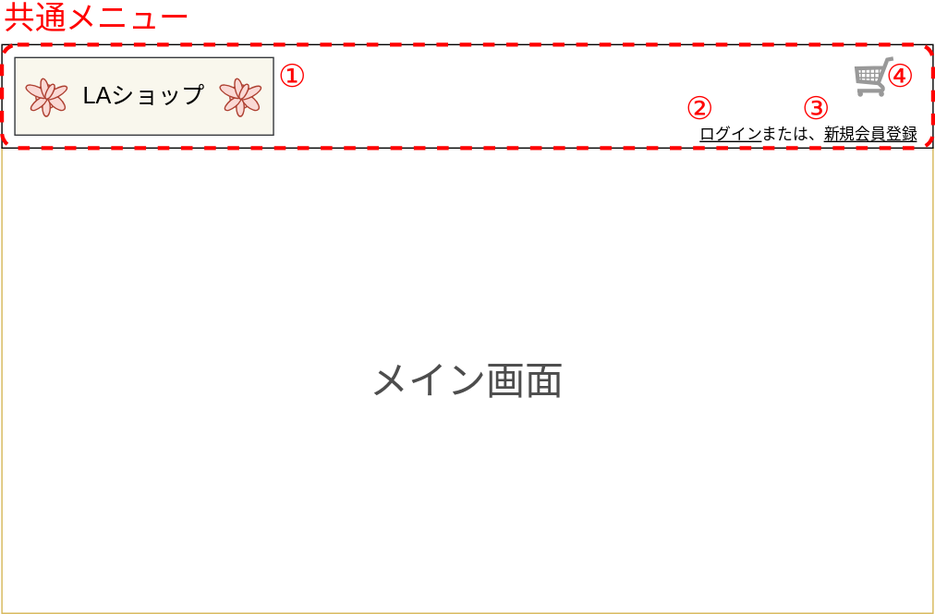
This is documents/20_外部設計/image/M000_共通メニュー.svg from la-java-silicon-2021/shopping-doc, a draw.io export, as it was before one commit. Source tidied: cells renumbered, new cells last; positions are measured from the earlier drawing's top-left corner, leaving out a move shared by most shapes.
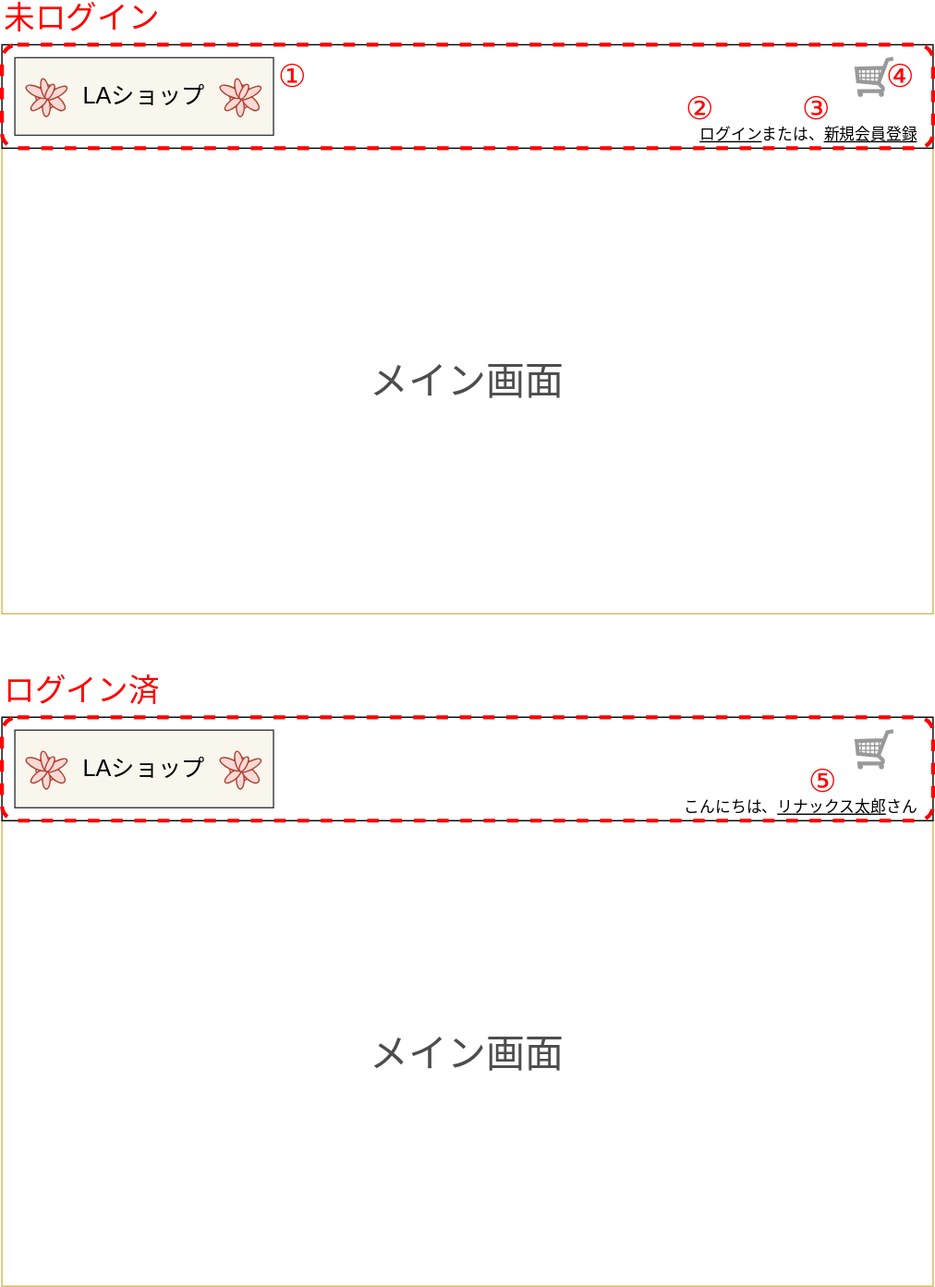
After the change.

Commit message:
M000_共通メニュー.svg を更新します

What changed in the source:
```diff
@@ -38,8 +38,38 @@
     <mxCell id="13" value="&lt;font style=&quot;font-size: 24px&quot; color=&quot;#ff0000&quot;&gt;①&lt;/font&gt;" style="text;html=1;strokeColor=none;fillColor=none;align=center;verticalAlign=middle;whiteSpace=wrap;rounded=0;sketch=0;" parent="1" vertex="1">
       <mxGeometry x="210" y="45" width="30" height="20" as="geometry" />
     </mxCell>
-    <mxCell id="14" value="&lt;font style=&quot;font-size: 24px&quot; color=&quot;#ff0000&quot;&gt;共通メニュー&lt;/font&gt;" style="text;html=1;strokeColor=none;fillColor=none;align=left;verticalAlign=middle;whiteSpace=wrap;rounded=0;sketch=0;" parent="1" vertex="1">
+    <mxCell id="14" value="&lt;font style=&quot;font-size: 24px&quot; color=&quot;#ff0000&quot;&gt;未ログイン&lt;/font&gt;" style="text;html=1;strokeColor=none;fillColor=none;align=left;verticalAlign=middle;whiteSpace=wrap;rounded=0;sketch=0;" parent="1" vertex="1">
       <mxGeometry width="210" height="20" as="geometry" />
     </mxCell>
+    <mxCell id="15" value="&lt;font style=&quot;font-size: 30px&quot; color=&quot;#4d4d4d&quot;&gt;メイン画面&lt;/font&gt;" style="rounded=0;whiteSpace=wrap;html=1;strokeColor=#d6b656;fillColor=#FFFFFF;" parent="1" vertex="1">
+      <mxGeometry y="630" width="720" height="360" as="geometry" />
+    </mxCell>
+    <mxCell id="16" style="rounded=0;whiteSpace=wrap;html=1;align=left;" parent="1" vertex="1">
+      <mxGeometry y="550" width="720" height="80" as="geometry" />
+    </mxCell>
+    <mxCell id="17" value="こんにちは、&lt;u&gt;リナックス太郎&lt;/u&gt;さん" style="text;html=1;strokeColor=none;fillColor=none;align=right;verticalAlign=middle;whiteSpace=wrap;rounded=0;" parent="1" vertex="1">
+      <mxGeometry x="510" y="610" width="200" height="20" as="geometry" />
+    </mxCell>
+    <mxCell id="18" style="verticalLabelPosition=bottom;shadow=0;dashed=0;align=center;html=1;verticalAlign=top;strokeWidth=1;shape=mxgraph.mockup.misc.shoppingCart;strokeColor=#999999;rounded=1;sketch=0;" parent="1" vertex="1">
+      <mxGeometry x="660" y="560" width="30" height="30" as="geometry" />
+    </mxCell>
+    <mxCell id="19" value="&lt;font style=&quot;font-size: 18px&quot;&gt;LAショップ&lt;/font&gt;" style="rounded=0;whiteSpace=wrap;html=1;sketch=0;strokeWidth=1;fillColor=#f9f7ed;strokeColor=#36393d;" parent="1" vertex="1">
+      <mxGeometry x="10" y="560" width="200" height="60" as="geometry" />
+    </mxCell>
+    <mxCell id="20" style="verticalLabelPosition=bottom;html=1;verticalAlign=top;align=center;shape=mxgraph.floorplan.plant;rounded=1;sketch=0;strokeColor=#ae4132;strokeWidth=1;fillColor=#fad9d5;" parent="1" vertex="1">
+      <mxGeometry x="20" y="574.5" width="27" height="31" as="geometry" />
+    </mxCell>
+    <mxCell id="21" style="verticalLabelPosition=bottom;html=1;verticalAlign=top;align=center;shape=mxgraph.floorplan.plant;rounded=1;sketch=0;strokeColor=#ae4132;strokeWidth=1;fillColor=#fad9d5;" parent="1" vertex="1">
+      <mxGeometry x="170" y="574.5" width="27" height="31" as="geometry" />
+    </mxCell>
+    <mxCell id="22" style="rounded=1;whiteSpace=wrap;html=1;fillColor=none;strokeColor=#FF0000;strokeWidth=3;sketch=0;dashed=1;" parent="1" vertex="1">
+      <mxGeometry y="550" width="720" height="80" as="geometry" />
+    </mxCell>
+    <mxCell id="23" value="&lt;font style=&quot;font-size: 24px&quot; color=&quot;#ff0000&quot;&gt;ログイン済&lt;/font&gt;" style="text;html=1;strokeColor=none;fillColor=none;align=left;verticalAlign=middle;whiteSpace=wrap;rounded=0;sketch=0;" parent="1" vertex="1">
+      <mxGeometry y="520" width="210" height="20" as="geometry" />
+    </mxCell>
+    <mxCell id="24" value="&lt;font style=&quot;font-size: 24px&quot; color=&quot;#ff0000&quot;&gt;⑤&lt;/font&gt;" style="text;html=1;strokeColor=none;fillColor=none;align=center;verticalAlign=middle;whiteSpace=wrap;rounded=0;sketch=0;" parent="1" vertex="1">
+      <mxGeometry x="620" y="590" width="30" height="20" as="geometry" />
+    </mxCell>
   </root>
 </mxGraphModel>
```
